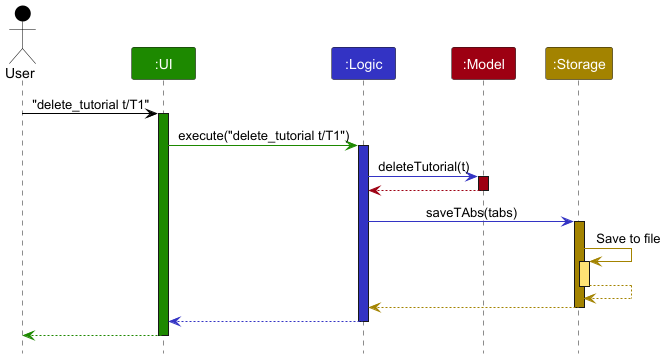
AY2526S1-CS2103T-T12-2/tp keeps this PlantUML diagram as docs/images/UpdatedArchitectureSequenceDiagram.png. Above is the earlier version.
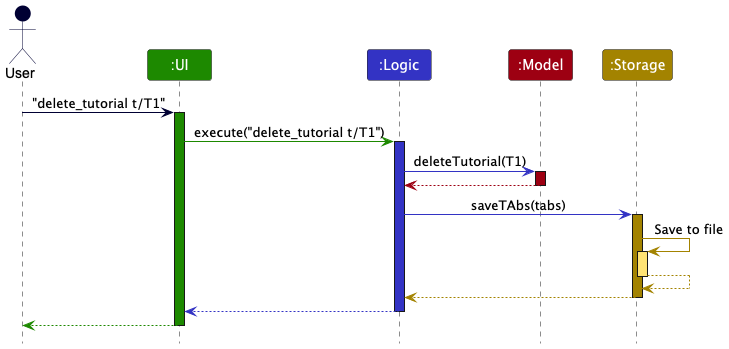
Above is the later version.

Commit message:
Update UML Diagrams in DG

Change to the diagram source:
```diff
@@ -14,7 +14,7 @@
 ui -[UI_COLOR]> logic : execute("delete_tutorial t/T1")
 activate logic LOGIC_COLOR
 
-logic -[LOGIC_COLOR]> model : deleteTutorial(t)
+logic -[LOGIC_COLOR]> model : deleteTutorial(T1)
 activate model MODEL_COLOR
 
 model -[MODEL_COLOR]-> logic
```
